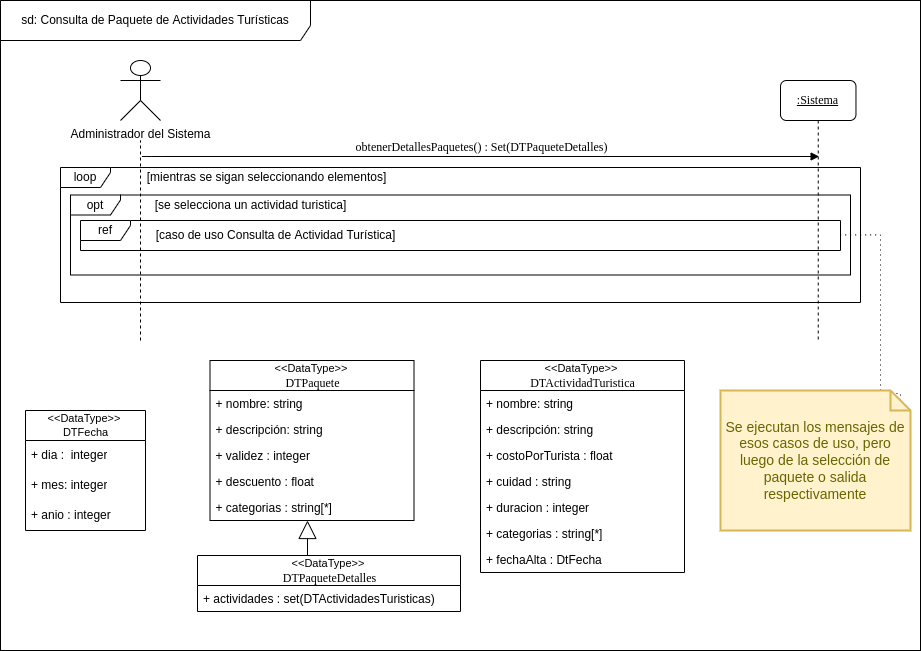
The draw.io diagram docs/Iteración 2/Análisis/DSS Estación de trabajo/Consulta paquete.png in FacundoDiaz00/Taller-de-Programaci-n, before a commit. Source tidied: cells renumbered, new cells last; positions are measured from the earlier drawing's top-left corner, leaving out a move shared by most shapes.
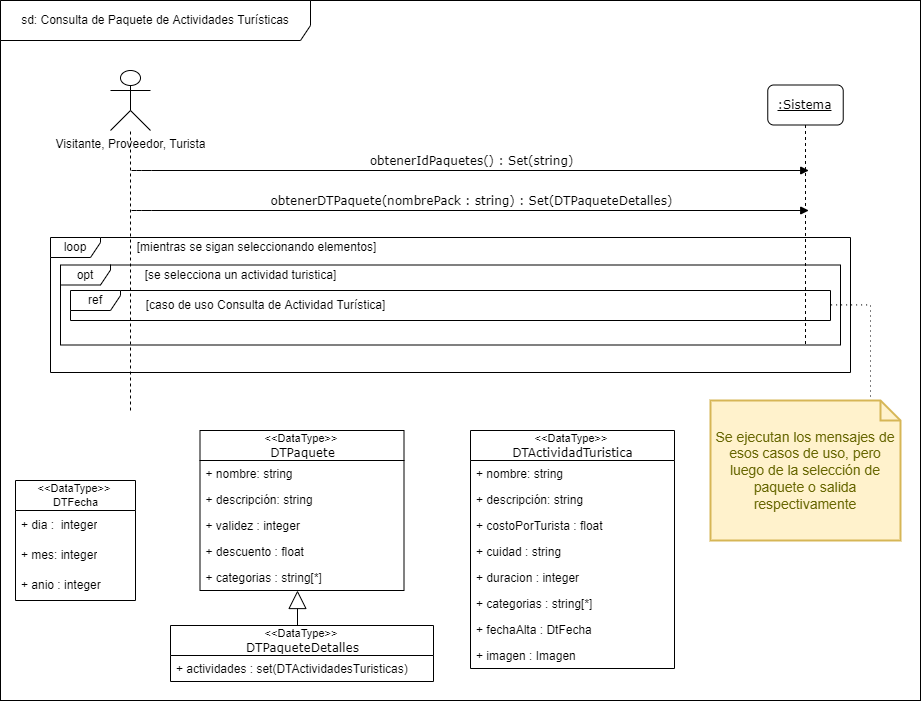
After the change.

Commit message:
cambio en consulta de paquerte de actividad turistica

The edit, as a diff of the source:
```diff
@@ -3,22 +3,21 @@
     <mxCell id="0" />
     <mxCell id="1" parent="0" />
     <mxCell id="2" style="rounded=0;whiteSpace=wrap;html=1;fontSize=12;" parent="1" vertex="1">
-      <mxGeometry width="920" height="650" as="geometry" />
+      <mxGeometry x="10" y="-70" width="920" height="700" as="geometry" />
     </mxCell>
     <mxCell id="3" value="sd:&amp;nbsp;Consulta de Paquete de Actividades Turísticas" style="shape=umlFrame;whiteSpace=wrap;html=1;width=310;height=40;" parent="1" vertex="1">
-      <mxGeometry width="920" height="650" as="geometry" />
+      <mxGeometry x="10" y="-70" width="920" height="700" as="geometry" />
     </mxCell>
-    <mxCell id="4" value="Administrador del Sistema" style="shape=umlActor;verticalLabelPosition=bottom;verticalAlign=top;html=1;outlineConnect=0;rounded=1;" parent="1" vertex="1">
-      <mxGeometry x="120" y="60" width="40" height="60" as="geometry" />
+    <mxCell id="4" value="Visitante, Proveedor, Turista" style="shape=umlActor;verticalLabelPosition=bottom;verticalAlign=top;html=1;outlineConnect=0;rounded=1;" parent="1" vertex="1">
+      <mxGeometry x="120" width="40" height="60" as="geometry" />
     </mxCell>
-    <mxCell id="5" style="endArrow=none;dashed=1;html=1;" parent="1" edge="1">
+    <mxCell id="5" style="endArrow=none;dashed=1;html=1;" parent="1" edge="1" target="4">
       <mxGeometry relative="1" as="geometry">
         <mxPoint x="140" y="340" as="sourcePoint" />
-        <mxPoint x="140" y="140" as="targetPoint" />
       </mxGeometry>
     </mxCell>
     <mxCell id="6" value="&lt;u&gt;:Sistema&lt;/u&gt;" style="shape=umlLifeline;perimeter=lifelinePerimeter;whiteSpace=wrap;html=1;rounded=1;shadow=0;comic=0;labelBackgroundColor=none;strokeWidth=1;fontFamily=Verdana;fontSize=12;align=center;" parent="1" vertex="1">
-      <mxGeometry x="780" y="80" width="75.5" height="260" as="geometry" />
+      <mxGeometry x="777.3" y="14.5" width="75.5" height="260" as="geometry" />
     </mxCell>
     <mxCell id="7" value="loop" style="shape=umlFrame;whiteSpace=wrap;html=1;width=50;height=20;" parent="1" vertex="1">
       <mxGeometry x="60" y="167" width="800" height="135" as="geometry" />
@@ -58,7 +57,7 @@
       <mxGeometry x="141" y="167" width="250" height="20" as="geometry" />
     </mxCell>
     <mxCell id="18" value="&amp;lt;&amp;lt;DataType&amp;gt;&amp;gt;&amp;nbsp;&lt;span style=&quot;font-family: &amp;quot;verdana&amp;quot; ; font-size: 12px&quot;&gt;&lt;br&gt;&lt;/span&gt;&lt;span style=&quot;font-family: verdana; font-size: 12px;&quot;&gt;DTPaquete&lt;/span&gt;&lt;span style=&quot;font-family: &amp;quot;verdana&amp;quot; ; font-size: 12px&quot;&gt;Detalles&lt;/span&gt;" style="swimlane;fontStyle=0;horizontal=1;startSize=30;sketch=0;fontSize=11;gradientColor=none;html=1;" parent="1" vertex="1">
-      <mxGeometry x="197" y="555" width="263" height="56" as="geometry" />
+      <mxGeometry x="180" y="555" width="263" height="56" as="geometry" />
     </mxCell>
     <mxCell id="19" value="+ actividades : set(DTActividadesTuristicas)" style="text;strokeColor=none;fillColor=none;align=left;verticalAlign=top;spacingLeft=4;spacingRight=4;overflow=hidden;" parent="18" vertex="1">
       <mxGeometry y="30" width="263" height="26" as="geometry" />
@@ -75,12 +74,12 @@
     <mxCell id="23" value="+ anio : integer" style="text;strokeColor=none;fillColor=none;align=left;verticalAlign=middle;spacingLeft=4;spacingRight=4;overflow=hidden;sketch=0;fontSize=12;html=1;" parent="20" vertex="1">
       <mxGeometry y="90" width="120" height="30" as="geometry" />
     </mxCell>
-    <mxCell id="24" value="obtenerDetallesPaquetes() : Set(&lt;span style=&quot;font-family: verdana;&quot;&gt;DTPaquete&lt;/span&gt;&lt;span style=&quot;font-family: verdana;&quot;&gt;Detalles&lt;/span&gt;)" style="html=1;verticalAlign=bottom;endArrow=block;labelBackgroundColor=none;fontFamily=Verdana;fontSize=12;edgeStyle=elbowEdgeStyle;elbow=vertical;" parent="1" edge="1">
+    <mxCell id="24" value="obtenerIdPaquetes() : Set(&lt;font face=&quot;verdana&quot;&gt;string&lt;/font&gt;)" style="html=1;verticalAlign=bottom;endArrow=block;labelBackgroundColor=none;fontFamily=Verdana;fontSize=12;edgeStyle=elbowEdgeStyle;elbow=vertical;" parent="1" edge="1">
       <mxGeometry relative="1" as="geometry">
-        <mxPoint x="141.4" y="156" as="sourcePoint" />
-        <mxPoint x="818.6" y="156" as="targetPoint" />
+        <mxPoint x="141" y="100" as="sourcePoint" />
+        <mxPoint x="818.2" y="100" as="targetPoint" />
         <Array as="points">
-          <mxPoint x="151.4" y="156" />
+          <mxPoint x="151" y="100" />
         </Array>
       </mxGeometry>
     </mxCell>
@@ -109,10 +108,10 @@
       </mxGeometry>
     </mxCell>
     <mxCell id="29" value="Se ejecutan los mensajes de esos casos de uso, pero luego de la selección de paquete o salida respectivamente" style="shape=note;strokeWidth=2;fontSize=14;size=20;whiteSpace=wrap;html=1;fillColor=#fff2cc;strokeColor=#d6b656;fontColor=#666600;" parent="1" vertex="1">
-      <mxGeometry x="720" y="390" width="190" height="140" as="geometry" />
+      <mxGeometry x="720" y="330" width="190" height="140" as="geometry" />
     </mxCell>
     <mxCell id="30" value="&amp;lt;&amp;lt;DataType&amp;gt;&amp;gt;&amp;nbsp;&lt;span style=&quot;font-family: &amp;quot;verdana&amp;quot; ; font-size: 12px&quot;&gt;&lt;br&gt;DTActividadTuristica&lt;/span&gt;" style="swimlane;fontStyle=0;horizontal=1;startSize=30;sketch=0;fontSize=11;gradientColor=none;html=1;" parent="1" vertex="1">
-      <mxGeometry x="480" y="360" width="204" height="212" as="geometry" />
+      <mxGeometry x="480" y="360" width="204" height="238" as="geometry" />
     </mxCell>
     <mxCell id="31" value="+ nombre: string" style="text;strokeColor=none;fillColor=none;align=left;verticalAlign=top;spacingLeft=4;spacingRight=4;overflow=hidden;" parent="30" vertex="1">
       <mxGeometry y="30" width="204" height="26" as="geometry" />
@@ -135,5 +134,17 @@
     <mxCell id="37" value="+ fechaAlta : DtFecha" style="text;strokeColor=none;fillColor=none;align=left;verticalAlign=top;spacingLeft=4;spacingRight=4;overflow=hidden;" parent="30" vertex="1">
       <mxGeometry y="186" width="204" height="26" as="geometry" />
     </mxCell>
+    <mxCell id="38" value="+ imagen : Imagen" style="text;strokeColor=none;fillColor=none;align=left;verticalAlign=top;spacingLeft=4;spacingRight=4;overflow=hidden;" parent="30" vertex="1">
+      <mxGeometry y="212" width="204" height="26" as="geometry" />
+    </mxCell>
+    <mxCell id="39" value="obtenerDTPaquete(nombrePack : string) : Set(&lt;span style=&quot;font-family: verdana;&quot;&gt;DTPaquete&lt;/span&gt;&lt;span style=&quot;font-family: verdana;&quot;&gt;Detalles&lt;/span&gt;)" style="html=1;verticalAlign=bottom;endArrow=block;labelBackgroundColor=none;fontFamily=Verdana;fontSize=12;edgeStyle=elbowEdgeStyle;elbow=vertical;" parent="1" edge="1">
+      <mxGeometry relative="1" as="geometry">
+        <mxPoint x="141" y="140" as="sourcePoint" />
+        <mxPoint x="818.2" y="140" as="targetPoint" />
+        <Array as="points">
+          <mxPoint x="151" y="140" />
+        </Array>
+      </mxGeometry>
+    </mxCell>
   </root>
 </mxGraphModel>
```
